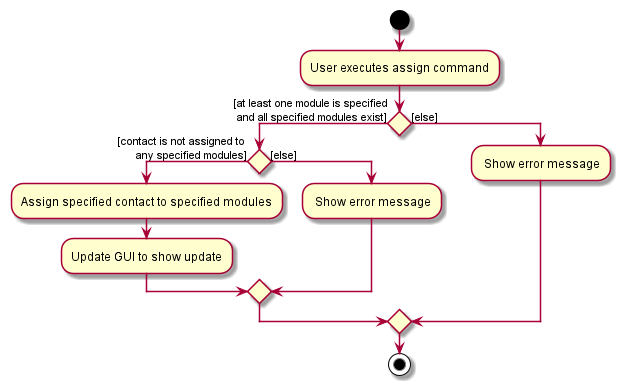
nus-cs2103-AY2021S1/tp keeps this PlantUML diagram as docs/images/AssignActivityDiagram.png. Above is the earlier version. Its diagram source:
```plantuml
@startuml
start
:User executes assign command;
if () then ([at least one module is specified
 and all specified modules exist])
    if () then ([contact is not assigned to
      any specified modules])
        :Assign specified contact to specified modules;
        :Update GUI to show update;

    else([else])
        : Show error message;
    endif
else ([else])
    : Show error message;
endif
stop
@enduml
```
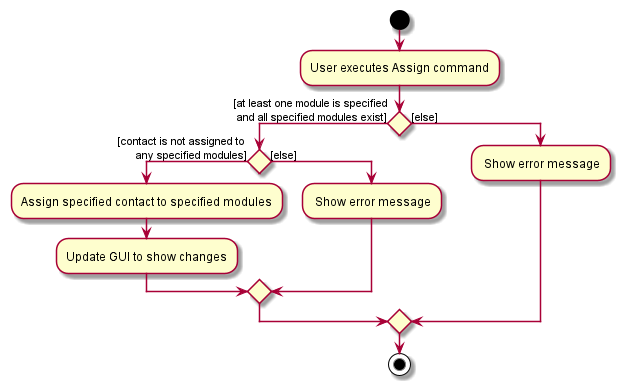
Later version of the same file.

Diff of the diagram source:
```diff
@@ -1,12 +1,12 @@
 @startuml
 start
-:User executes assign command;
+:User executes Assign command;
 if () then ([at least one module is specified
  and all specified modules exist])
     if () then ([contact is not assigned to
       any specified modules])
         :Assign specified contact to specified modules;
-        :Update GUI to show update;
+        :Update GUI to show changes;
 
     else([else])
         : Show error message;
```
